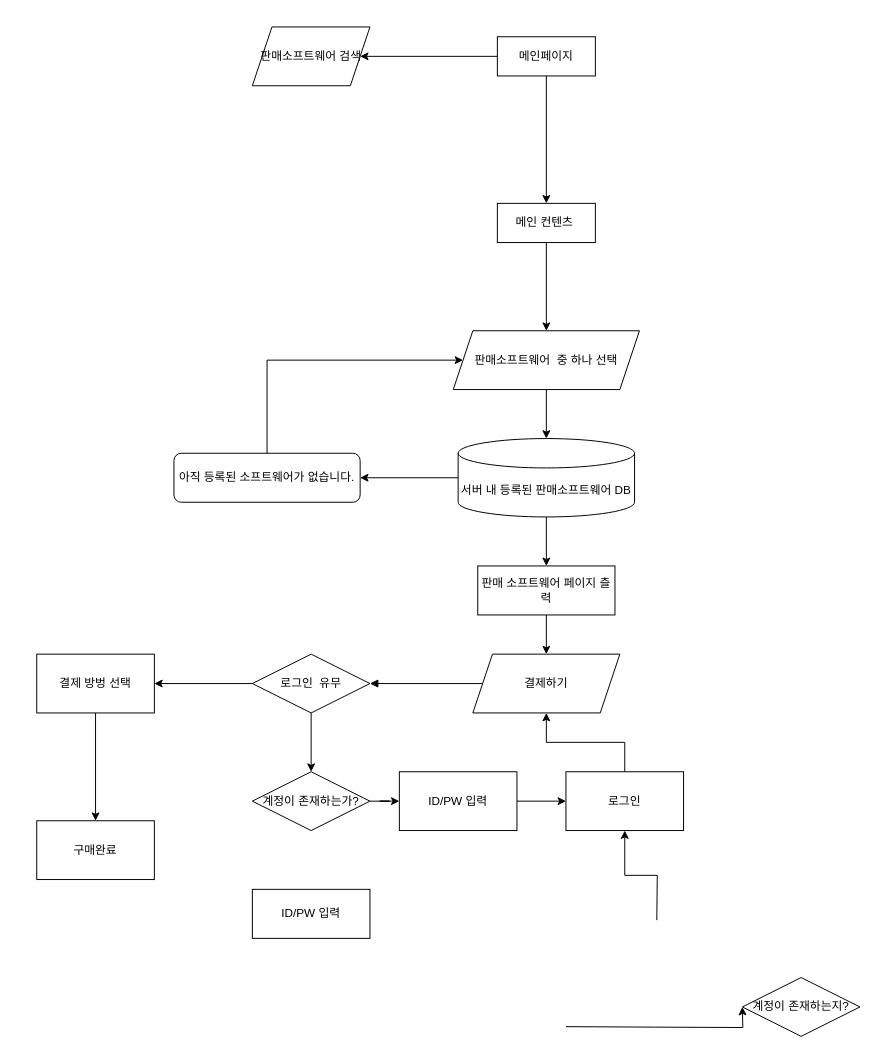
Earlier version of the draw.io diagram 모듈시험자료/[모듈]2. 스토리보드/플로우차트.drawio (BIGDATA-UI-T3/Project). Source tidied: cells renumbered, new cells numbered last; positions are measured from the earlier drawing's top-left corner, leaving out a move shared by most shapes. Both pictures are drawn from the tidied source at 98%, with x=0, y=0 at pixel (36, 26).
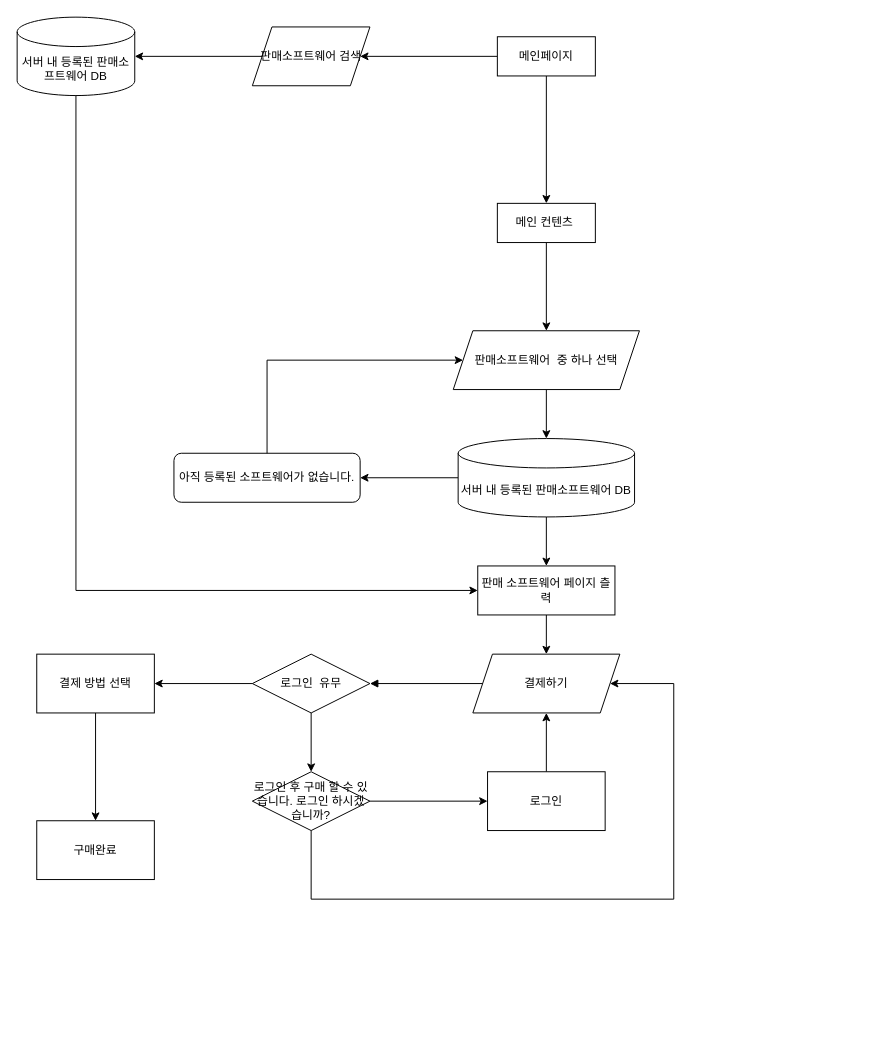
The same diagram, later.

Commit message (it also covers changes not shown here):
7월12일 3차취합본

The change refers to these unchanged cells:
```xml
<mxCell id="4" value="로그인&amp;nbsp; 유무" style="shape=rhombus;perimeter=rhombusPerimeter;whiteSpace=wrap;html=1;align=center;" parent="1" vertex="1">
  <mxGeometry x="220" y="640" width="120" height="60" as="geometry" />
</mxCell>
<mxCell id="12" value="판매소프트웨어 검색" style="shape=parallelogram;perimeter=parallelogramPerimeter;whiteSpace=wrap;html=1;fixedSize=1;" parent="1" vertex="1">
  <mxGeometry x="220" width="120" height="60" as="geometry" />
</mxCell>
<mxCell id="14" value="판매 소프트웨어 페이지 츨력" style="whiteSpace=wrap;html=1;align=center;" parent="1" vertex="1">
  <mxGeometry x="450" y="550" width="140" height="50" as="geometry" />
</mxCell>
<mxCell id="15" value="결제하기" style="shape=parallelogram;perimeter=parallelogramPerimeter;whiteSpace=wrap;html=1;fixedSize=1;" parent="1" vertex="1">
  <mxGeometry x="445" y="640" width="150" height="60" as="geometry" />
</mxCell>
<mxCell id="21" value="구매완료" style="whiteSpace=wrap;html=1;" parent="1" vertex="1">
  <mxGeometry y="810" width="120" height="60" as="geometry" />
</mxCell>
```

What changed in the source:
```diff
@@
-    <mxCell id="2" style="edgeStyle=orthogonalEdgeStyle;rounded=0;jettySize=auto;html=1;" parent="1" edge="1" source="4" target="20">
-      <mxGeometry relative="1" as="geometry" />
-    </mxCell>
-    <mxCell id="3" style="edgeStyle=orthogonalEdgeStyle;rounded=0;jettySize=auto;html=1;" parent="1" edge="1" source="4" target="18">
-      <mxGeometry relative="1" as="geometry" />
-    </mxCell>
+    <mxCell id="36" style="edgeStyle=orthogonalEdgeStyle;rounded=0;jettySize=auto;html=1;" parent="1" edge="1" source="4" target="41">
+      <mxGeometry relative="1" as="geometry" />
+    </mxCell>
+    <mxCell id="37" style="edgeStyle=orthogonalEdgeStyle;rounded=0;jettySize=auto;html=1;" parent="1" edge="1" source="4" target="39">
+      <mxGeometry relative="1" as="geometry" />
+    </mxCell>
@@
-    <mxCell id="17" style="edgeStyle=orthogonalEdgeStyle;rounded=0;jettySize=auto;html=1;" parent="1" edge="1" source="18" target="23">
-      <mxGeometry relative="1" as="geometry" />
-    </mxCell>
-    <mxCell id="18" value="계정이 존재하는가?" style="shape=rhombus;perimeter=rhombusPerimeter;whiteSpace=wrap;html=1;align=center;" parent="1" vertex="1">
-      <mxGeometry x="220" y="760" width="120" height="60" as="geometry" />
-    </mxCell>
-    <mxCell id="19" style="edgeStyle=orthogonalEdgeStyle;rounded=0;jettySize=auto;html=1;" parent="1" edge="1" source="20" target="21">
-      <mxGeometry relative="1" as="geometry" />
-    </mxCell>
-    <mxCell id="20" value="결제 방벙 선택" style="whiteSpace=wrap;html=1;" parent="1" vertex="1">
-      <mxGeometry y="640" width="120" height="60" as="geometry" />
-    </mxCell>
+    <mxCell id="38" style="edgeStyle=orthogonalEdgeStyle;rounded=0;jettySize=auto;html=1;exitX=0.5;exitY=1;exitDx=0;exitDy=0;entryX=1;entryY=0.5;entryDx=0;entryDy=0;" parent="1" edge="1" source="39" target="15">
+      <mxGeometry relative="1" as="geometry">
+        <Array as="points">
+          <mxPoint x="280" y="890" />
+          <mxPoint x="650" y="890" />
+          <mxPoint x="650" y="670" />
+        </Array>
+      </mxGeometry>
+    </mxCell>
+    <mxCell id="39" value="로그인 후 구매 할 수 있습니다. 로그인 하시겠습니까?" style="shape=rhombus;perimeter=rhombusPerimeter;whiteSpace=wrap;html=1;align=center;" parent="1" vertex="1">
+      <mxGeometry x="220" y="760" width="120" height="60" as="geometry" />
+    </mxCell>
+    <mxCell id="40" style="edgeStyle=orthogonalEdgeStyle;rounded=0;jettySize=auto;html=1;" parent="1" edge="1" source="41" target="21">
+      <mxGeometry relative="1" as="geometry" />
+    </mxCell>
+    <mxCell id="41" value="결제 방법 선택" style="whiteSpace=wrap;html=1;" parent="1" vertex="1">
+      <mxGeometry y="640" width="120" height="60" as="geometry" />
+    </mxCell>
@@
-    <mxCell id="22" style="edgeStyle=orthogonalEdgeStyle;rounded=0;jettySize=auto;html=1;" parent="1" edge="1" source="23" target="25">
-      <mxGeometry relative="1" as="geometry" />
-    </mxCell>
-    <mxCell id="23" value="ID/PW 입력" style="whiteSpace=wrap;html=1;" parent="1" vertex="1">
-      <mxGeometry x="370" y="760" width="120" height="60" as="geometry" />
-    </mxCell>
@@
     <mxCell id="25" value="로그인" style="whiteSpace=wrap;html=1;" parent="1" vertex="1">
-      <mxGeometry x="540" y="760" width="120" height="60" as="geometry" />
+      <mxGeometry x="460" y="760" width="120" height="60" as="geometry" />
     </mxCell>
@@
-    <mxCell id="32" style="edgeStyle=orthogonalEdgeStyle;rounded=0;orthogonalLoop=1;jettySize=auto;html=1;" parent="1" edge="1">
-      <mxGeometry relative="1" as="geometry">
-        <mxPoint x="540" y="1020.1" as="sourcePoint" />
-        <mxPoint x="720" y="1000" as="targetPoint" />
-      </mxGeometry>
-    </mxCell>
-    <mxCell id="33" style="endArrow=classic;html=1;rounded=0;exitX=0.448;exitY=0.027;exitDx=0;exitDy=0;exitPerimeter=0;entryX=0.5;entryY=1;entryDx=0;entryDy=0;edgeStyle=orthogonalEdgeStyle;" parent="1" edge="1" target="25">
-      <mxGeometry relative="1" as="geometry">
-        <mxPoint x="632.7" y="911.4" as="sourcePoint" />
-      </mxGeometry>
-    </mxCell>
-    <mxCell id="34" value="계정이 존재하는지?" style="shape=rhombus;perimeter=rhombusPerimeter;whiteSpace=wrap;html=1;align=center;" parent="1" vertex="1">
-      <mxGeometry x="720" y="970" width="120" height="60" as="geometry" />
-    </mxCell>
-    <mxCell id="35" value="ID/PW 입력" style="whiteSpace=wrap;html=1;" parent="1" vertex="1">
-      <mxGeometry x="220" y="880" width="120" height="50" as="geometry" />
-    </mxCell>
+    <mxCell id="42" style="edgeStyle=orthogonalEdgeStyle;rounded=0;jettySize=auto;html=1;exitX=1;exitY=0.5;exitDx=0;exitDy=0;" parent="1" edge="1" source="39" target="25">
+      <mxGeometry relative="1" as="geometry" />
+    </mxCell>
+    <mxCell id="43" style="edgeStyle=orthogonalEdgeStyle;rounded=0;jettySize=auto;html=1;entryX=0;entryY=0.5;entryDx=0;entryDy=0;" parent="1" edge="1" source="44" target="14">
+      <mxGeometry relative="1" as="geometry">
+        <Array as="points">
+          <mxPoint x="40" y="575" />
+        </Array>
+      </mxGeometry>
+    </mxCell>
+    <mxCell id="44" value="서버 내 등록된 판매소프트웨어 DB" style="shape=cylinder3;whiteSpace=wrap;html=1;boundedLbl=1;backgroundOutline=1;size=15;" parent="1" vertex="1">
+      <mxGeometry x="-20" y="-10" width="120" height="80" as="geometry" />
+    </mxCell>
+    <mxCell id="45" style="endArrow=classic;html=1;rounded=0;exitX=0;exitY=0.5;exitDx=0;exitDy=0;entryX=1;entryY=0.5;entryDx=0;entryDy=0;entryPerimeter=0;" parent="1" edge="1" source="12" target="44">
+      <mxGeometry relative="1" as="geometry" />
+    </mxCell>
```
